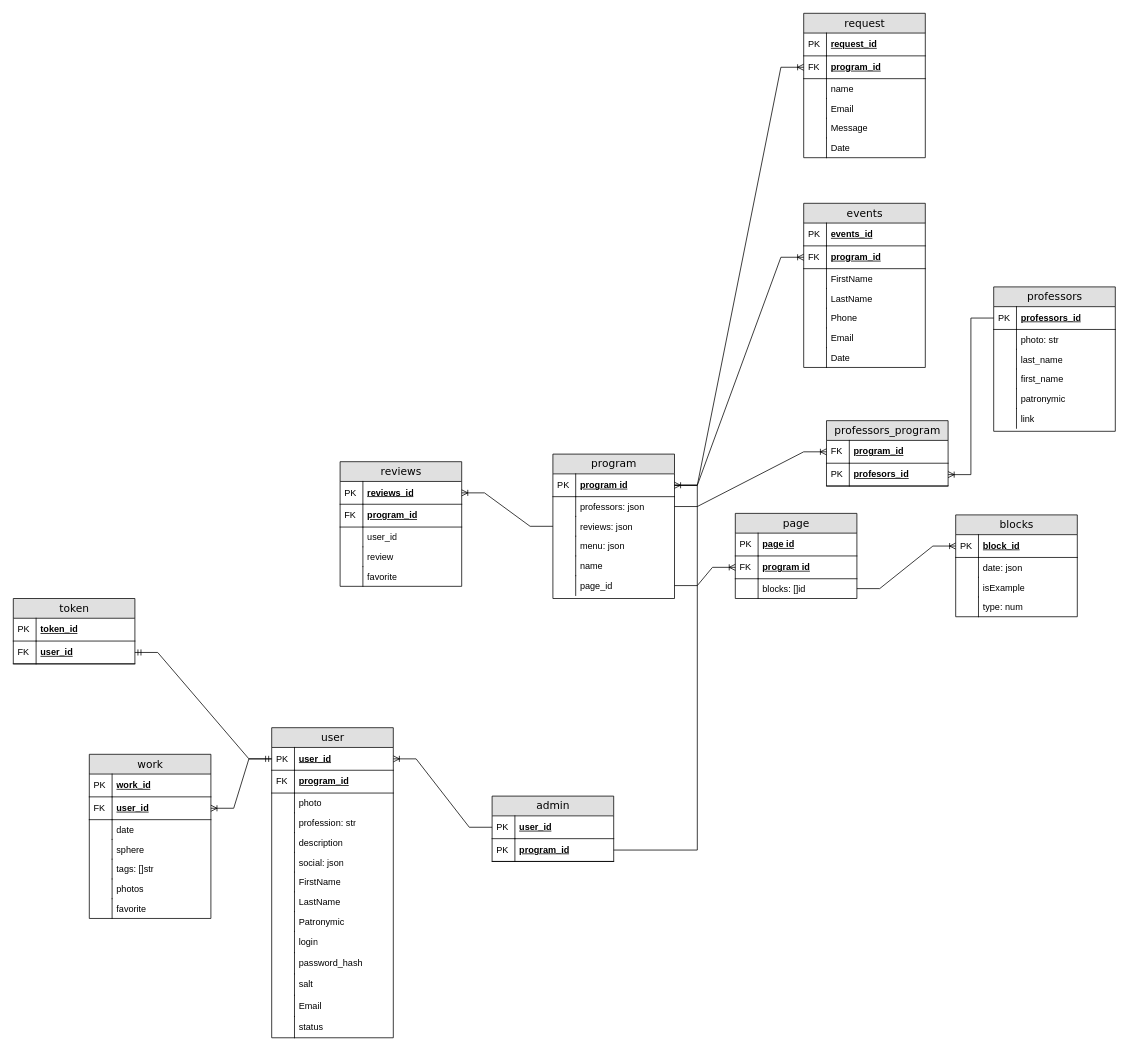
HerzenStudents-ITxD/lending-skills-frontend-docs-2025s keeps this draw.io diagram as Диаграмма без названия.drawio. Above is the earlier version. Source tidied: cells renumbered, new cells numbered last; positions are measured from the earlier drawing's top-left corner, leaving out a move shared by most shapes. Both pictures are drawn from the tidied source at 76%, with x=0, y=0 at pixel (13, 13).
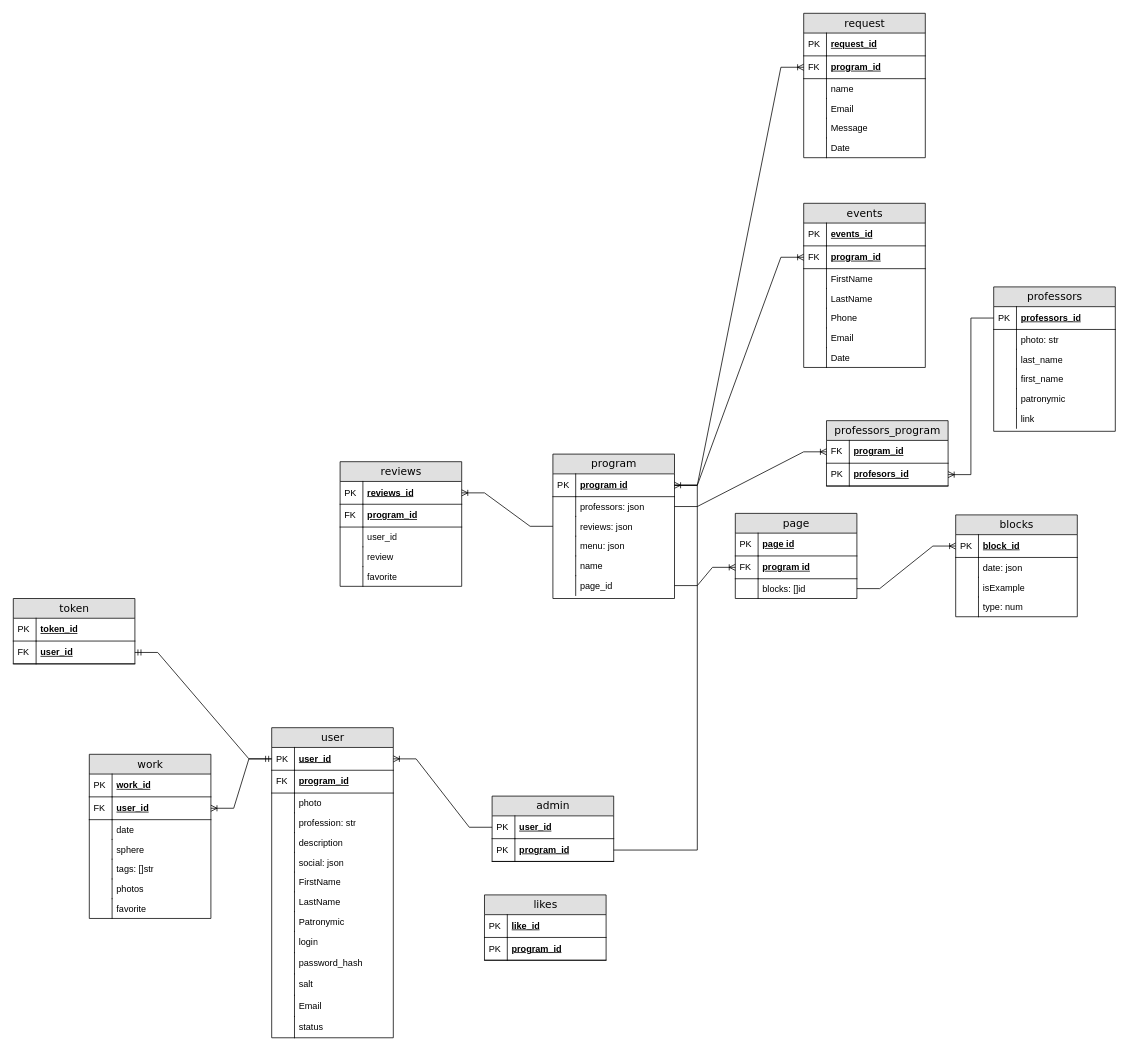
Above is the later version.

The edit, as a diff of the source:
```diff
@@
+    <mxCell id="153" value="likes" style="swimlane;html=1;fontStyle=0;horizontal=1;startSize=26;fillColor=#e0e0e0;swimlaneFillColor=#ffffff;align=center;rounded=0;shadow=0;comic=0;labelBackgroundColor=none;strokeWidth=1;fontFamily=Verdana;fontSize=14;" parent="1" vertex="1">
+      <mxGeometry x="620" y="1160" width="160" height="86" as="geometry" />
+    </mxCell>
+    <mxCell id="154" value="like_id" style="shape=partialRectangle;top=0;left=0;right=0;bottom=1;html=1;align=left;verticalAlign=middle;fillColor=none;spacingLeft=34;spacingRight=4;whiteSpace=wrap;overflow=hidden;fontStyle=5;" parent="153" vertex="1">
+      <mxGeometry y="26" width="160" height="30" as="geometry" />
+    </mxCell>
+    <mxCell id="155" value="PK" style="shape=partialRectangle;top=0;left=0;bottom=0;html=1;fillColor=none;align=left;verticalAlign=middle;spacingLeft=4;spacingRight=4;whiteSpace=wrap;overflow=hidden;" parent="154" vertex="1">
+      <mxGeometry width="30" height="30" as="geometry" />
+    </mxCell>
+    <mxCell id="156" value="program_id" style="shape=partialRectangle;top=0;left=0;right=0;bottom=1;html=1;align=left;verticalAlign=middle;fillColor=none;spacingLeft=34;spacingRight=4;whiteSpace=wrap;overflow=hidden;fontStyle=5;" parent="153" vertex="1">
+      <mxGeometry y="56" width="160" height="30" as="geometry" />
+    </mxCell>
+    <mxCell id="157" value="PK" style="shape=partialRectangle;top=0;left=0;bottom=0;html=1;fillColor=none;align=left;verticalAlign=middle;spacingLeft=4;spacingRight=4;whiteSpace=wrap;overflow=hidden;" parent="156" vertex="1">
+      <mxGeometry width="30" height="30" as="geometry" />
+    </mxCell>
```
